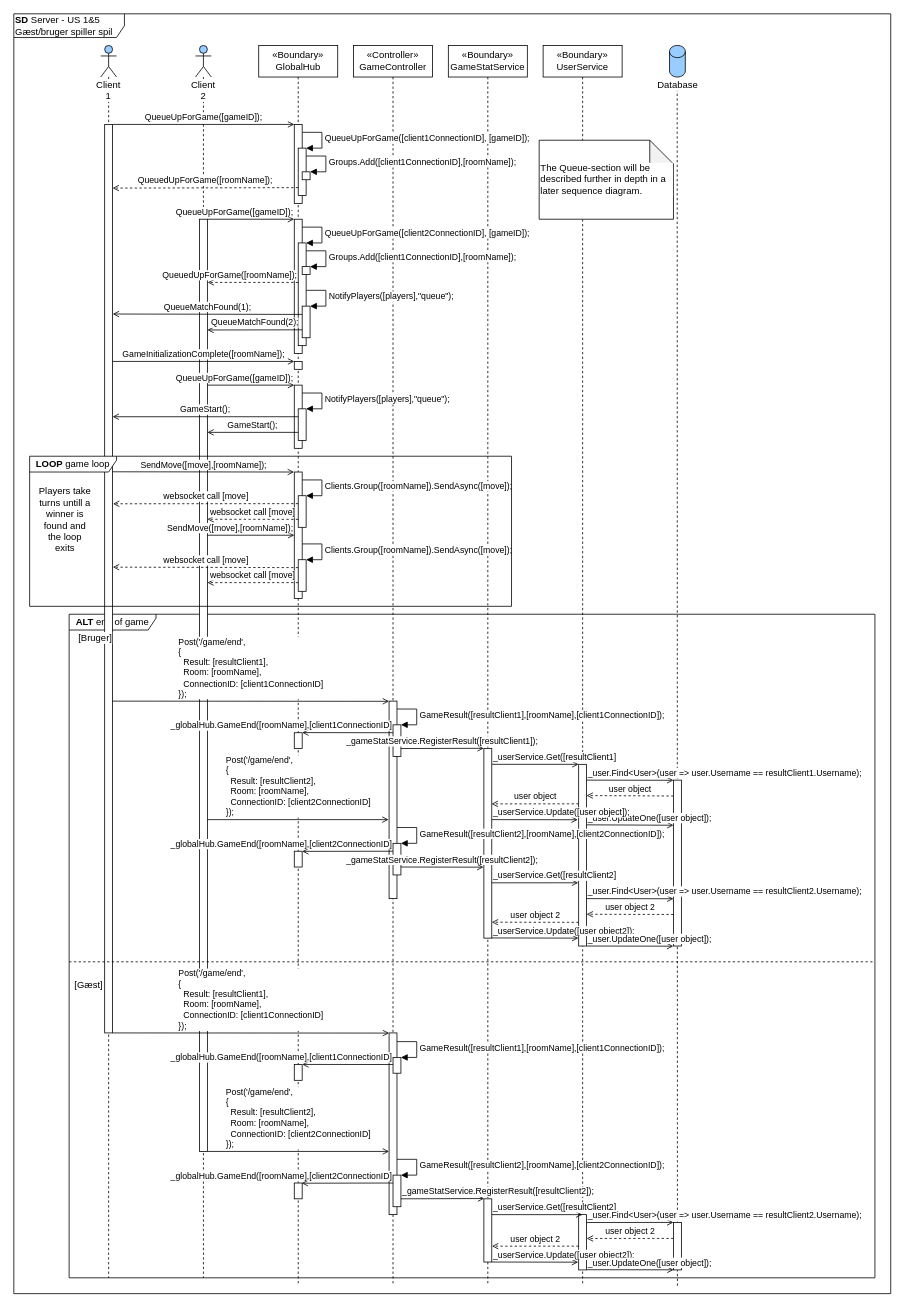
Before: page "SD-Server" (2 of 4) of diagrams/arkitektur/US1&5_spil.drawio in Macradon/I7BAC-PlugNPlay, a draw.io diagram. Source tidied: cells renumbered, new cells numbered last; positions are measured from the earlier drawing's top-left corner, leaving out a move shared by most shapes. Both pictures are drawn from the tidied source at 79%, with x=0, y=0 at pixel (13, 13).
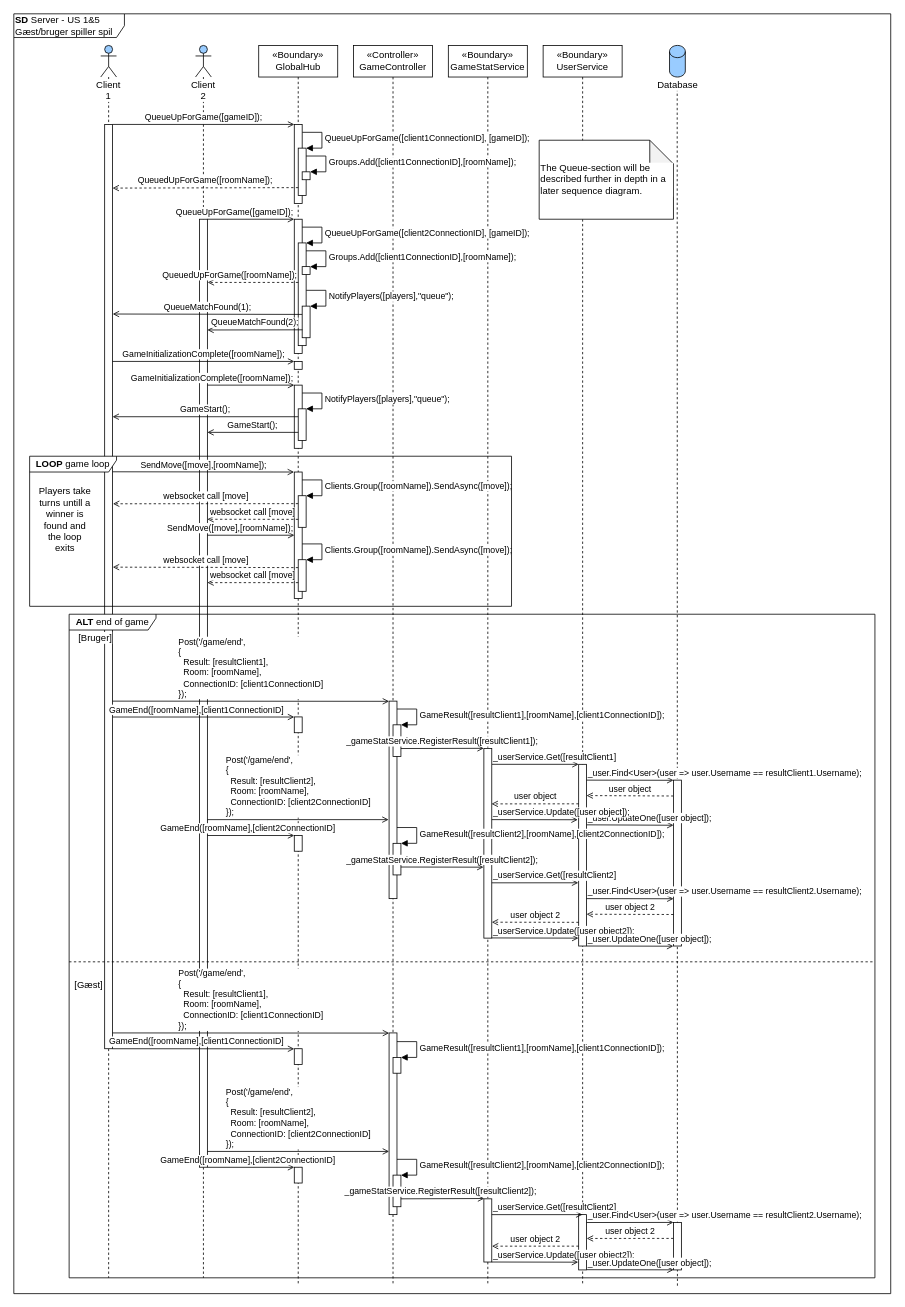
After the change.

Unchanged cells that the change refers to:
```xml
<mxCell id="89" style="html=1;points=[];perimeter=orthogonalPerimeter;align=left;" parent="1" vertex="1">
  <mxGeometry x="595" y="1500" width="10" height="80" as="geometry" />
</mxCell>
```

What changed in the source:
```diff
@@
-    <mxCell id="3" value="&lt;b&gt;ALT&lt;/b&gt;&amp;nbsp;end of game" style="shape=umlFrame;whiteSpace=wrap;html=1;width=110;height=20;" parent="1" vertex="1">
-      <mxGeometry x="70" y="760" width="1020" height="840" as="geometry" />
-    </mxCell>
@@
     <mxCell id="24" style="html=1;points=[];perimeter=orthogonalPerimeter;align=left;" parent="1" vertex="1">
-      <mxGeometry x="115" y="140" width="10" height="1150" as="geometry" />
+      <mxGeometry x="115" y="140" width="10" height="1170" as="geometry" />
     </mxCell>
     <mxCell id="25" style="html=1;points=[];perimeter=orthogonalPerimeter;align=left;" parent="1" vertex="1">
-      <mxGeometry x="235" y="260" width="10" height="1180" as="geometry" />
+      <mxGeometry x="235" y="260" width="10" height="1200" as="geometry" />
     </mxCell>
@@
-    <mxCell id="27" style="html=1;points=[];perimeter=orthogonalPerimeter;align=left;" parent="1" vertex="1">
-      <mxGeometry x="355" y="910" width="10" height="20" as="geometry" />
-    </mxCell>
     <mxCell id="28" style="html=1;points=[];perimeter=orthogonalPerimeter;align=left;" parent="1" vertex="1">
-      <mxGeometry x="355" y="1060" width="10" height="20" as="geometry" />
+      <mxGeometry x="355" y="1040" width="10" height="20" as="geometry" />
     </mxCell>
@@
-    <mxCell id="53" value="_globalHub.GameEnd([roomName],[client1ConnectionID]" style="html=1;verticalAlign=bottom;endArrow=open;endFill=0;entryX=0.997;entryY=-0.008;entryDx=0;entryDy=0;entryPerimeter=0;align=right;" parent="1" edge="1" target="27">
-      <mxGeometry x="-1" relative="1" as="geometry">
-        <mxPoint x="480" y="910" as="sourcePoint" />
-      </mxGeometry>
-    </mxCell>
@@
-    <mxCell id="60" value="_globalHub.GameEnd([roomName],[client2ConnectionID]" style="html=1;verticalAlign=bottom;endArrow=open;endFill=0;entryX=0.997;entryY=0.009;entryDx=0;entryDy=0;entryPerimeter=0;align=right;" parent="1" edge="1" target="28">
-      <mxGeometry x="-1" relative="1" as="geometry">
-        <mxPoint x="480" y="1060" as="sourcePoint" />
+    <mxCell id="60" value="GameEnd([roomName],[client2ConnectionID]" style="html=1;verticalAlign=bottom;endArrow=open;endFill=0;align=center;entryX=-0.006;entryY=0.006;entryDx=0;entryDy=0;entryPerimeter=0;" parent="1" edge="1" target="28">
+      <mxGeometry x="-0.08" relative="1" as="geometry">
+        <mxPoint x="245" y="1040.1" as="sourcePoint" />
       </mxGeometry>
     </mxCell>
@@
-    <mxCell id="79" style="html=1;points=[];perimeter=orthogonalPerimeter;align=left;" parent="1" vertex="1">
-      <mxGeometry x="355" y="1330" width="10" height="20" as="geometry" />
-    </mxCell>
@@
-    <mxCell id="82" value="_globalHub.GameEnd([roomName],[client1ConnectionID]" style="html=1;verticalAlign=bottom;endArrow=open;endFill=0;align=right;entryX=1.003;entryY=-0.005;entryDx=0;entryDy=0;entryPerimeter=0;" parent="1" edge="1" target="79">
-      <mxGeometry x="-1" relative="1" as="geometry">
-        <mxPoint x="480" y="1330" as="sourcePoint" />
-      </mxGeometry>
-    </mxCell>
@@
-    <mxCell id="84" style="html=1;points=[];perimeter=orthogonalPerimeter;align=left;" parent="1" vertex="1">
-      <mxGeometry x="355" y="1480" width="10" height="20" as="geometry" />
-    </mxCell>
@@
-    <mxCell id="87" value="_globalHub.GameEnd([roomName],[client2ConnectionID]" style="html=1;verticalAlign=bottom;endArrow=open;endFill=0;align=right;entryX=0.935;entryY=0.012;entryDx=0;entryDy=0;entryPerimeter=0;" parent="1" edge="1" target="84">
-      <mxGeometry x="-1" relative="1" as="geometry">
-        <mxPoint x="480" y="1480" as="sourcePoint" />
-      </mxGeometry>
-    </mxCell>
-    <mxCell id="88" value="_gameStatService.RegisterResult([&lt;span style=&quot;&quot;&gt;resultClient2&lt;/span&gt;]);" style="html=1;verticalAlign=bottom;endArrow=open;endFill=0;align=left;entryX=0.048;entryY=-0.005;entryDx=0;entryDy=0;entryPerimeter=0;" parent="1" edge="1" target="89">
-      <mxGeometry x="-1" relative="1" as="geometry">
+    <mxCell id="88" value="_gameStatService.RegisterResult([&lt;span style=&quot;&quot;&gt;resultClient2&lt;/span&gt;]);" style="html=1;verticalAlign=bottom;endArrow=open;endFill=0;align=center;entryX=0.048;entryY=-0.005;entryDx=0;entryDy=0;entryPerimeter=0;" parent="1" edge="1" target="89">
+      <mxGeometry x="-0.05" relative="1" as="geometry">
         <mxPoint x="490" y="1500" as="sourcePoint" />
       </mxGeometry>
     </mxCell>
@@
-    <mxCell id="101" value="QueueUpForGame([gameID]);" style="html=1;verticalAlign=bottom;endArrow=open;endFill=0;entryX=-0.009;entryY=0.15;entryDx=0;entryDy=0;entryPerimeter=0;align=right;" parent="1" edge="1">
+    <mxCell id="101" value="&lt;span style=&quot;text-align: center&quot;&gt;GameInitializationComplete([roomName]);&lt;/span&gt;" style="html=1;verticalAlign=bottom;endArrow=open;endFill=0;entryX=-0.009;entryY=0.15;entryDx=0;entryDy=0;entryPerimeter=0;align=right;" parent="1" edge="1">
       <mxGeometry x="1" relative="1" as="geometry">
         <mxPoint x="245.1" y="470" as="sourcePoint" />
         <mxPoint x="355" y="470" as="targetPoint" />
       </mxGeometry>
     </mxCell>
@@
+    <mxCell id="107" style="html=1;points=[];perimeter=orthogonalPerimeter;align=left;" parent="1" vertex="1">
+      <mxGeometry x="355" y="890" width="10" height="20" as="geometry" />
+    </mxCell>
+    <mxCell id="108" value="GameEnd([roomName],[client1ConnectionID]" style="html=1;verticalAlign=bottom;endArrow=open;endFill=0;align=center;entryX=-0.006;entryY=0.006;entryDx=0;entryDy=0;entryPerimeter=0;" parent="1" edge="1" source="24" target="107">
+      <mxGeometry x="-0.08" relative="1" as="geometry" />
+    </mxCell>
+    <mxCell id="109" style="html=1;points=[];perimeter=orthogonalPerimeter;align=left;" parent="1" vertex="1">
+      <mxGeometry x="355" y="1310" width="10" height="20" as="geometry" />
+    </mxCell>
+    <mxCell id="110" value="GameEnd([roomName],[client1ConnectionID]" style="html=1;verticalAlign=bottom;endArrow=open;endFill=0;align=center;entryX=-0.006;entryY=0.006;entryDx=0;entryDy=0;entryPerimeter=0;exitX=0.995;exitY=1;exitDx=0;exitDy=0;exitPerimeter=0;" parent="1" edge="1" source="24" target="109">
+      <mxGeometry x="-0.08" relative="1" as="geometry" />
+    </mxCell>
+    <mxCell id="111" style="html=1;points=[];perimeter=orthogonalPerimeter;align=left;" parent="1" vertex="1">
+      <mxGeometry x="355" y="1460" width="10" height="20" as="geometry" />
+    </mxCell>
+    <mxCell id="112" value="GameEnd([roomName],[client2ConnectionID]" style="html=1;verticalAlign=bottom;endArrow=open;endFill=0;align=center;entryX=-0.006;entryY=0.006;entryDx=0;entryDy=0;entryPerimeter=0;" parent="1" edge="1" target="111">
+      <mxGeometry x="-0.08" relative="1" as="geometry">
+        <mxPoint x="245" y="1460.1" as="sourcePoint" />
+      </mxGeometry>
+    </mxCell>
+    <mxCell id="3" value="&lt;b&gt;ALT&lt;/b&gt;&amp;nbsp;end of game" style="shape=umlFrame;whiteSpace=wrap;html=1;width=110;height=20;" parent="1" vertex="1">
+      <mxGeometry x="70" y="760" width="1020" height="840" as="geometry" />
+    </mxCell>
```
